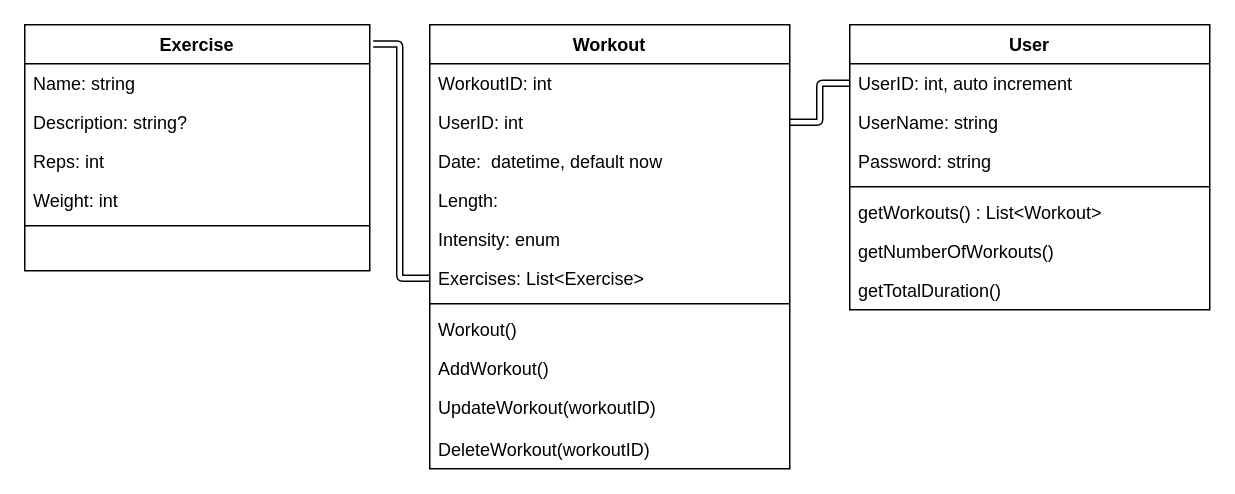
Above: Drawio/klassdiagram.drawio in ispyspiders/projekt (draw.io), before the change. Source tidied: cells renumbered, new cells numbered last; positions are measured from the earlier drawing's top-left corner, leaving out a move shared by most shapes. Both pictures are drawn from the tidied source at 150%, with x=0, y=0 at pixel (24, 24).
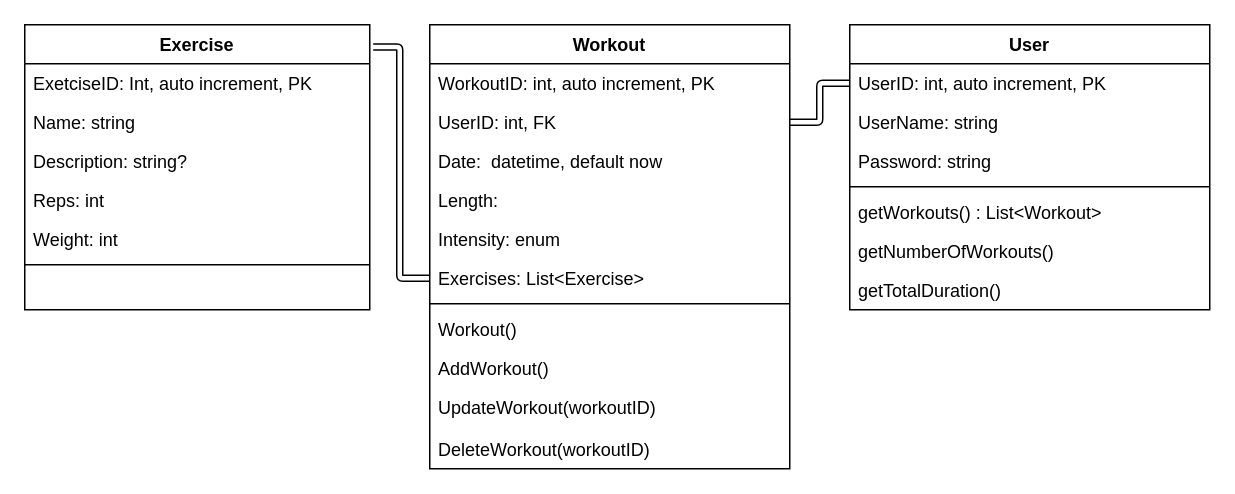
The same page after the edit.

Commit message:
Uppdaterat klassdiagram

Unchanged cells that the change refers to:
```xml
<mxCell id="10" value="Workout" style="swimlane;fontStyle=1;align=center;verticalAlign=top;horizontal=1;startSize=26;" parent="1" vertex="1">
  <mxGeometry x="270" width="240" height="296" as="geometry" />
</mxCell>
<mxCell id="22" value="User" style="swimlane;fontStyle=1;align=center;verticalAlign=top;horizontal=1;startSize=26;" parent="1" vertex="1">
  <mxGeometry x="550" width="240" height="190" as="geometry" />
</mxCell>
```

The edit, as a diff of the source:
```diff
@@
     <mxCell id="3" value="Exercise" style="swimlane;fontStyle=1;align=center;verticalAlign=top;horizontal=1;startSize=26;" parent="1" vertex="1">
-      <mxGeometry width="230" height="164" as="geometry" />
+      <mxGeometry width="230" height="190" as="geometry" />
     </mxCell>
+    <mxCell id="31" value="ExetciseID: Int, auto increment, PK" style="text;strokeColor=none;fillColor=none;align=left;verticalAlign=top;spacingLeft=4;spacingRight=4;overflow=hidden;" parent="3" vertex="1">
+      <mxGeometry y="26" width="230" height="26" as="geometry" />
+    </mxCell>
     <mxCell id="4" value="Name: string" style="text;strokeColor=none;fillColor=none;align=left;verticalAlign=top;spacingLeft=4;spacingRight=4;overflow=hidden;" parent="3" vertex="1">
-      <mxGeometry y="26" width="230" height="26" as="geometry" />
+      <mxGeometry y="52" width="230" height="26" as="geometry" />
     </mxCell>
     <mxCell id="5" value="Description: string?" style="text;strokeColor=none;fillColor=none;align=left;verticalAlign=top;spacingLeft=4;spacingRight=4;overflow=hidden;" parent="3" vertex="1">
-      <mxGeometry y="52" width="230" height="26" as="geometry" />
+      <mxGeometry y="78" width="230" height="26" as="geometry" />
     </mxCell>
     <mxCell id="6" value="Reps: int" style="text;strokeColor=none;fillColor=none;align=left;verticalAlign=top;spacingLeft=4;spacingRight=4;overflow=hidden;" parent="3" vertex="1">
-      <mxGeometry y="78" width="230" height="26" as="geometry" />
+      <mxGeometry y="104" width="230" height="26" as="geometry" />
     </mxCell>
     <mxCell id="7" value="Weight: int" style="text;strokeColor=none;fillColor=none;align=left;verticalAlign=top;spacingLeft=4;spacingRight=4;overflow=hidden;" parent="3" vertex="1">
-      <mxGeometry y="104" width="230" height="26" as="geometry" />
+      <mxGeometry y="130" width="230" height="26" as="geometry" />
     </mxCell>
     <mxCell id="8" style="line;strokeWidth=1;fillColor=none;align=left;verticalAlign=middle;spacingTop=-1;spacingLeft=3;spacingRight=3;labelPosition=right;strokeColor=inherit;" parent="3" vertex="1">
-      <mxGeometry y="130" width="230" height="8" as="geometry" />
+      <mxGeometry y="156" width="230" height="8" as="geometry" />
     </mxCell>
     <mxCell id="9" style="text;strokeColor=none;fillColor=none;align=left;verticalAlign=top;spacingLeft=4;spacingRight=4;overflow=hidden;" parent="3" vertex="1">
-      <mxGeometry y="138" width="230" height="26" as="geometry" />
+      <mxGeometry y="164" width="230" height="26" as="geometry" />
     </mxCell>
@@
-    <mxCell id="11" value="WorkoutID: int" style="text;strokeColor=none;fillColor=none;align=left;verticalAlign=top;spacingLeft=4;spacingRight=4;overflow=hidden;" parent="10" vertex="1">
+    <mxCell id="11" value="WorkoutID: int, auto increment, PK" style="text;strokeColor=none;fillColor=none;align=left;verticalAlign=top;spacingLeft=4;spacingRight=4;overflow=hidden;" parent="10" vertex="1">
       <mxGeometry y="26" width="240" height="26" as="geometry" />
     </mxCell>
-    <mxCell id="12" value="UserID: int" style="text;strokeColor=none;fillColor=none;align=left;verticalAlign=top;spacingLeft=4;spacingRight=4;overflow=hidden;points=[[0,0.5],[1,0.5]];portConstraint=eastwest;" parent="10" vertex="1">
+    <mxCell id="12" value="UserID: int, FK" style="text;strokeColor=none;fillColor=none;align=left;verticalAlign=top;spacingLeft=4;spacingRight=4;overflow=hidden;points=[[0,0.5],[1,0.5]];portConstraint=eastwest;" parent="10" vertex="1">
       <mxGeometry y="52" width="240" height="26" as="geometry" />
     </mxCell>
@@
-    <mxCell id="23" value="UserID: int, auto increment" style="text;strokeColor=none;fillColor=none;align=left;verticalAlign=top;spacingLeft=4;spacingRight=4;overflow=hidden;points=[[0,0.5],[1,0.5]];portConstraint=eastwest;" parent="22" vertex="1">
+    <mxCell id="23" value="UserID: int, auto increment, PK" style="text;strokeColor=none;fillColor=none;align=left;verticalAlign=top;spacingLeft=4;spacingRight=4;overflow=hidden;points=[[0,0.5],[1,0.5]];portConstraint=eastwest;" parent="22" vertex="1">
       <mxGeometry y="26" width="240" height="26" as="geometry" />
     </mxCell>
```
